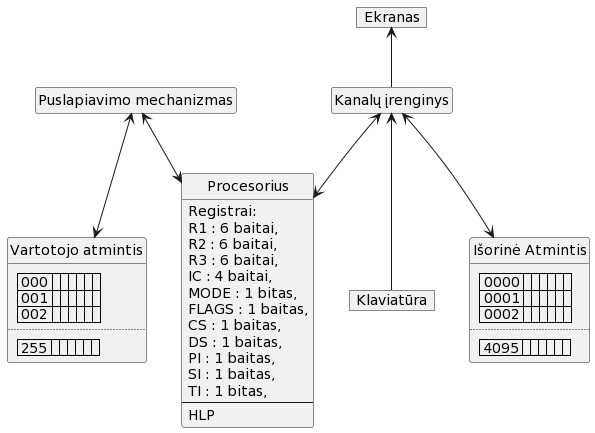
The PlantUML diagram aprasymas1/img/reali_masina.png in Mdominykas/OS, before a commit.
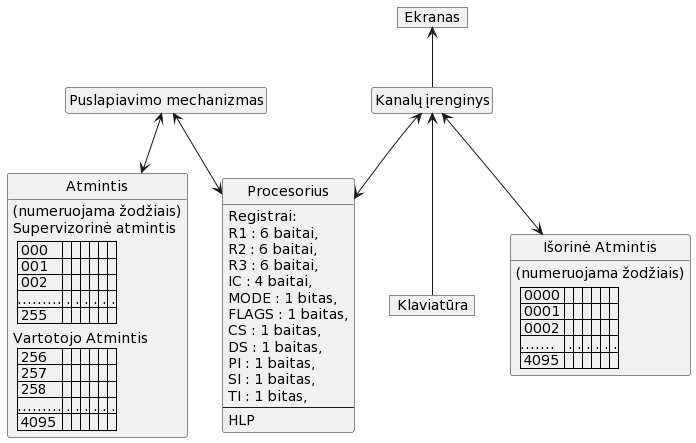
The same file after the commit.

What changed in the source:
```diff
@@ -23,20 +23,29 @@
 
 class "Išorinė Atmintis"
 {
+(numeruojama žodžiais)
 | 0000 |  |  |  |  |  |  |
 | 0001 |  |  |  |  |  |  |
 | 0002 |  |  |  |  |  |  |
-..
+|.......| .| .| .| .| .| .|
 | 4095 |  |  |  |  |  |  |
 }
 
-class "Vartotojo atmintis"
+class "Atmintis"
 {
+(numeruojama žodžiais)
+Supervizorinė atmintis
 | 000 |  |  |  |  |  |  |
 | 001 |  |  |  |  |  |  |
 | 002 |  |  |  |  |  |  |
-..
+|.........| .| .| .| .| .| .|
 | 255 |  |  |  |  |  |  |
+Vartotojo Atmintis
+| 256 |  |  |  |  |  |  |
+| 257 |  |  |  |  |  |  |
+| 258 |  |  |  |  |  |  |
+|.........| .| .| .| .| .| .|
+| 4095 |  |  |  |  |  |  |
 }
 
 class "Puslapiavimo mechanizmas"
@@ -53,6 +62,6 @@
 "Kanalų įrenginys" <--> Procesorius
 "Kanalų įrenginys" <-- Klaviatūra
 "Kanalų įrenginys" <--> "Išorinė Atmintis"
-"Puslapiavimo mechanizmas" <--> "Vartotojo atmintis"
+"Puslapiavimo mechanizmas" <--> "Atmintis"
 "Puslapiavimo mechanizmas" <--> Procesorius
 @enduml
```
